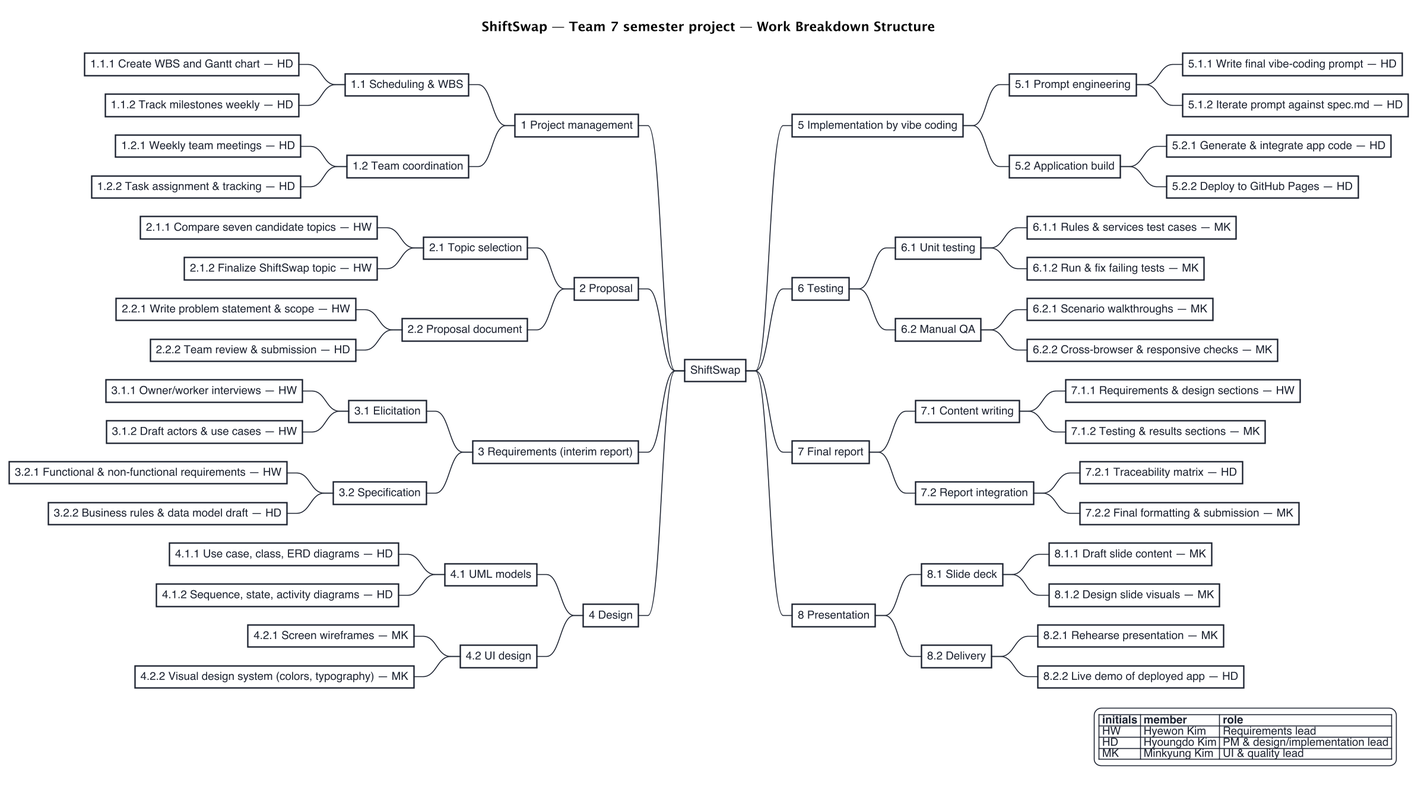
This is uml/wbs.png from keemlogan/shiftswap, a PlantUML export, as it was before one commit.
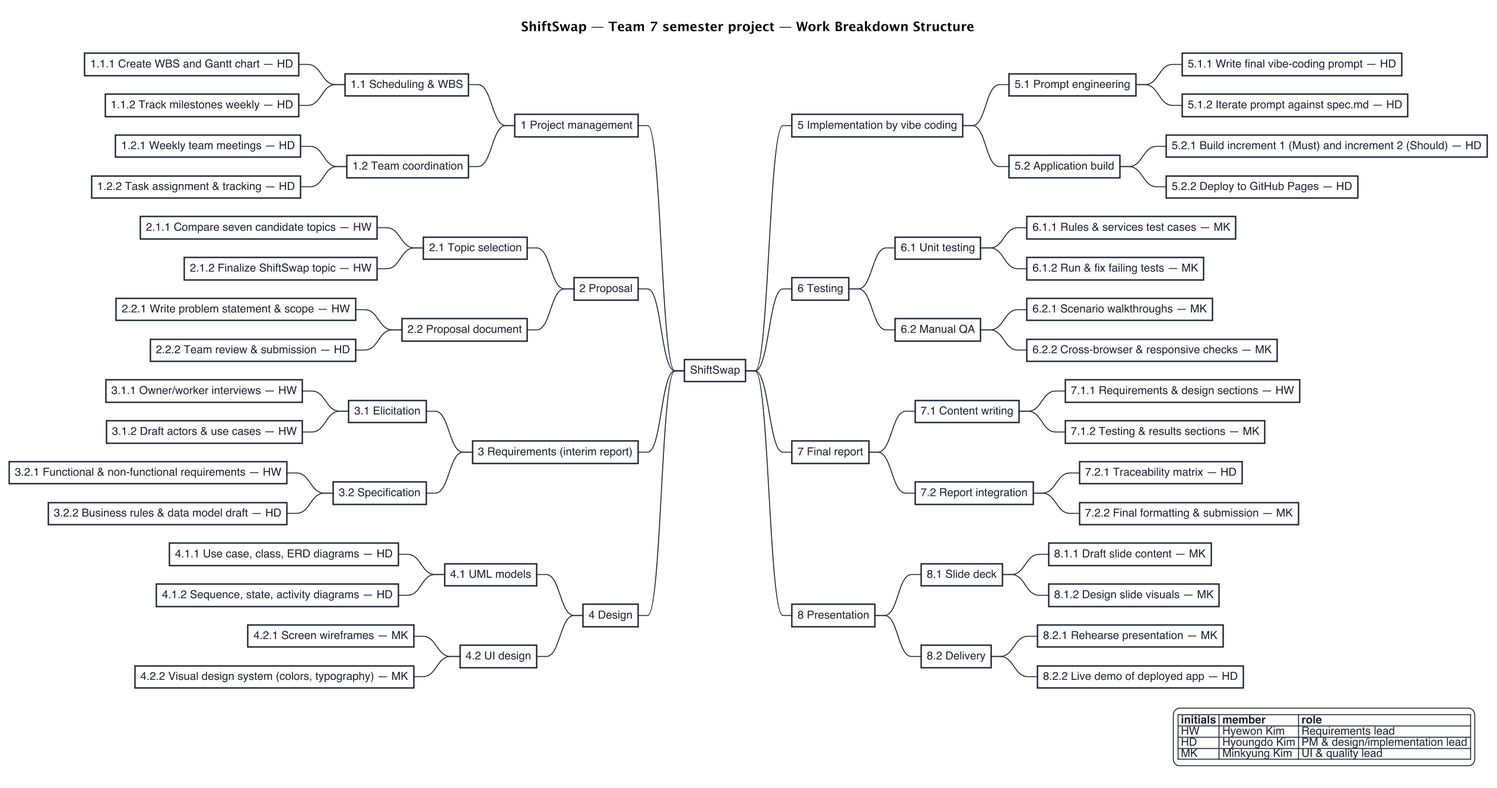
Later version of the same file.

The edit, as a diff of the source:
```diff
@@ -61,7 +61,7 @@
 **** 5.1.1 Write final vibe-coding prompt — HD
 **** 5.1.2 Iterate prompt against spec.md — HD
 *** 5.2 Application build
-**** 5.2.1 Generate & integrate app code — HD
+**** 5.2.1 Build increment 1 (Must) and increment 2 (Should) — HD
 **** 5.2.2 Deploy to GitHub Pages — HD
 
 ** 6 Testing
```
